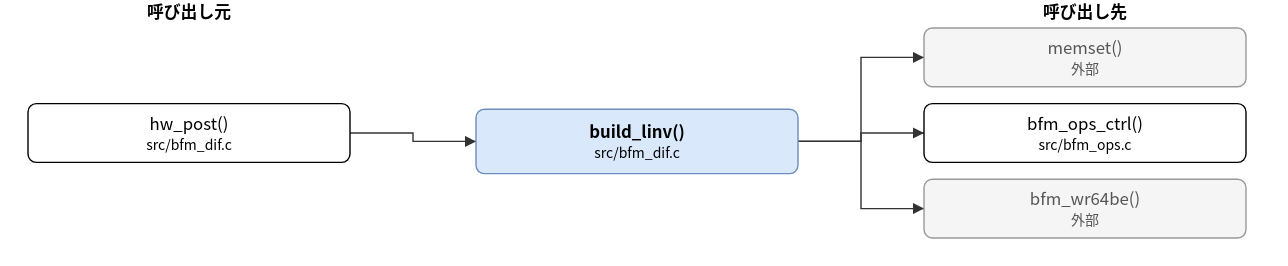
Above: doc/spec/images/call_src_bfm_dif-build_linv.drawio.svg in hf355051012-ai/bfmem (draw.io), before the change. Source tidied: cells renumbered, new cells last; positions are measured from the earlier drawing's top-left corner, leaving out a move shared by most shapes.
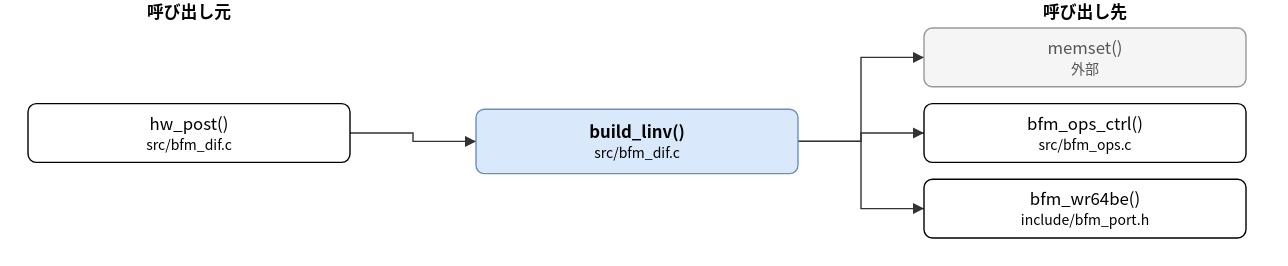
The same file after the commit.

The edit, as a diff of the source:
```diff
@@ -14,7 +14,7 @@
     <mxCell id="5" value="bfm_ops_ctrl()&lt;br&gt;&lt;font style=&quot;font-size:10px&quot;&gt;src/bfm_ops.c&lt;/font&gt;" style="rounded=1;whiteSpace=wrap;html=1;" parent="1" vertex="1">
       <mxGeometry x="640" y="74" width="230" height="42" as="geometry" />
     </mxCell>
-    <mxCell id="6" value="bfm_wr64be()&lt;br&gt;&lt;font style=&quot;font-size:10px&quot;&gt;外部&lt;/font&gt;" style="rounded=1;whiteSpace=wrap;html=1;fillColor=#f5f5f5;strokeColor=#999999;fontColor=#555555;" parent="1" vertex="1">
+    <mxCell id="6" value="bfm_wr64be()&lt;br&gt;&lt;font style=&quot;font-size:10px&quot;&gt;include/bfm_port.h&lt;/font&gt;" style="rounded=1;whiteSpace=wrap;html=1;" parent="1" vertex="1">
       <mxGeometry x="640" y="128" width="230" height="42" as="geometry" />
     </mxCell>
     <mxCell id="7" style="edgeStyle=none;html=1;rounded=0;endArrow=block;endFill=1;exitX=1.0000;exitY=0.5000;exitDx=0;exitDy=0;exitPerimeter=0;entryX=0.0000;entryY=0.5000;entryDx=0;entryDy=0;entryPerimeter=0;" parent="1" edge="1" source="3" target="2">
```
